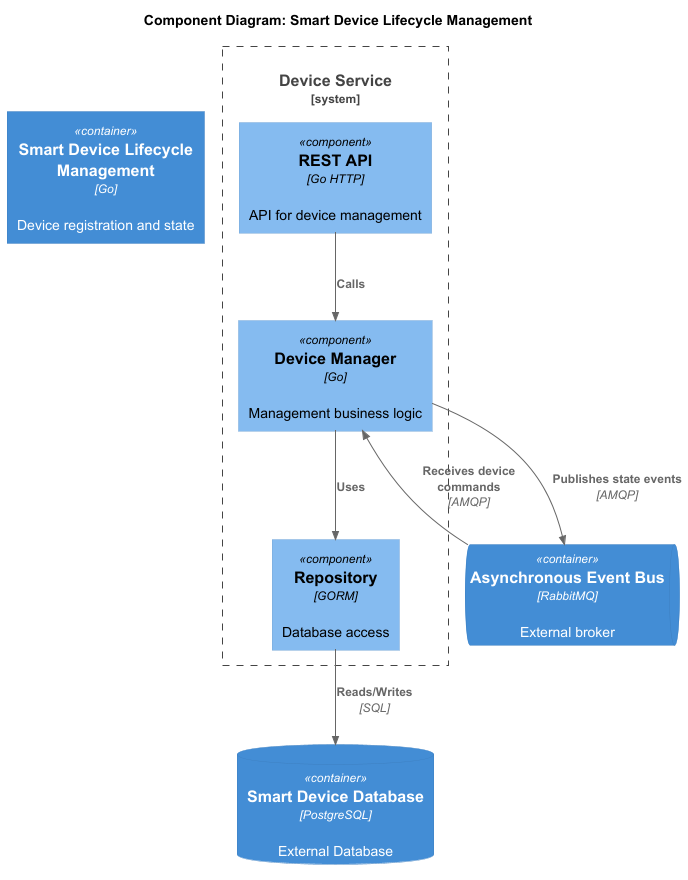
winmord/architecture-pro-warmhouse keeps this PlantUML diagram as diagrams/component/component_device_service.png. Above is the earlier version. The source it was exported from:
```plantuml
@startuml
!include ../C4_Component.puml

title Component Diagram: Smart Device Lifecycle Management

Container(device_service, "Smart Device Lifecycle Management", "Go", "Device registration and state")

System_Boundary(device_service_boundary, "Device Service") {
    Component(api, "REST API", "Go HTTP", "API for device management")
    Component(manager, "Device Manager", "Go", "Management business logic")
    Component(repository, "Repository", "GORM", "Database access")
}

ContainerDb(device_db, "Smart Device Database", "PostgreSQL", "External Database")
ContainerQueue(message_broker, "Asynchronous Event Bus", "RabbitMQ", "External broker")

Rel(api, manager, "Calls", "")
Rel(manager, repository, "Uses", "")
Rel(repository, device_db, "Reads/Writes", "SQL")

Rel(manager, message_broker, "Publishes state events", "AMQP")
Rel(message_broker, manager, "Receives device commands", "AMQP")
@enduml
```
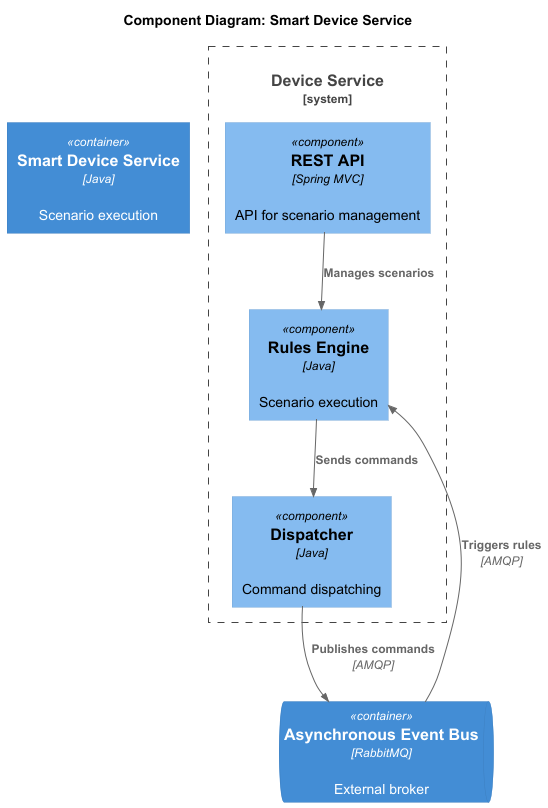
Later version of the same file.

Change to the diagram source:
```diff
@@ -1,23 +1,21 @@
 @startuml
 !include ../C4_Component.puml
 
-title Component Diagram: Smart Device Lifecycle Management
+title Component Diagram: Smart Device Service
 
-Container(device_service, "Smart Device Lifecycle Management", "Go", "Device registration and state")
+Container(device_service, "Smart Device Service", "Java", "Scenario execution")
 
-System_Boundary(device_service_boundary, "Device Service") {
-    Component(api, "REST API", "Go HTTP", "API for device management")
-    Component(manager, "Device Manager", "Go", "Management business logic")
-    Component(repository, "Repository", "GORM", "Database access")
+System_Boundary(orchestrator_boundary, "Device Service") {
+    Component(api, "REST API", "Spring MVC", "API for scenario management")
+    Component(engine, "Rules Engine", "Java", "Scenario execution")
+    Component(dispatcher, "Dispatcher", "Java", "Command dispatching")
 }
 
-ContainerDb(device_db, "Smart Device Database", "PostgreSQL", "External Database")
 ContainerQueue(message_broker, "Asynchronous Event Bus", "RabbitMQ", "External broker")
 
-Rel(api, manager, "Calls", "")
-Rel(manager, repository, "Uses", "")
-Rel(repository, device_db, "Reads/Writes", "SQL")
+Rel(api, engine, "Manages scenarios", "")
+Rel(engine, dispatcher, "Sends commands", "")
 
-Rel(manager, message_broker, "Publishes state events", "AMQP")
-Rel(message_broker, manager, "Receives device commands", "AMQP")
+Rel(message_broker, engine, "Triggers rules", "AMQP")
+Rel(dispatcher, message_broker, "Publishes commands", "AMQP")
 @enduml
```
